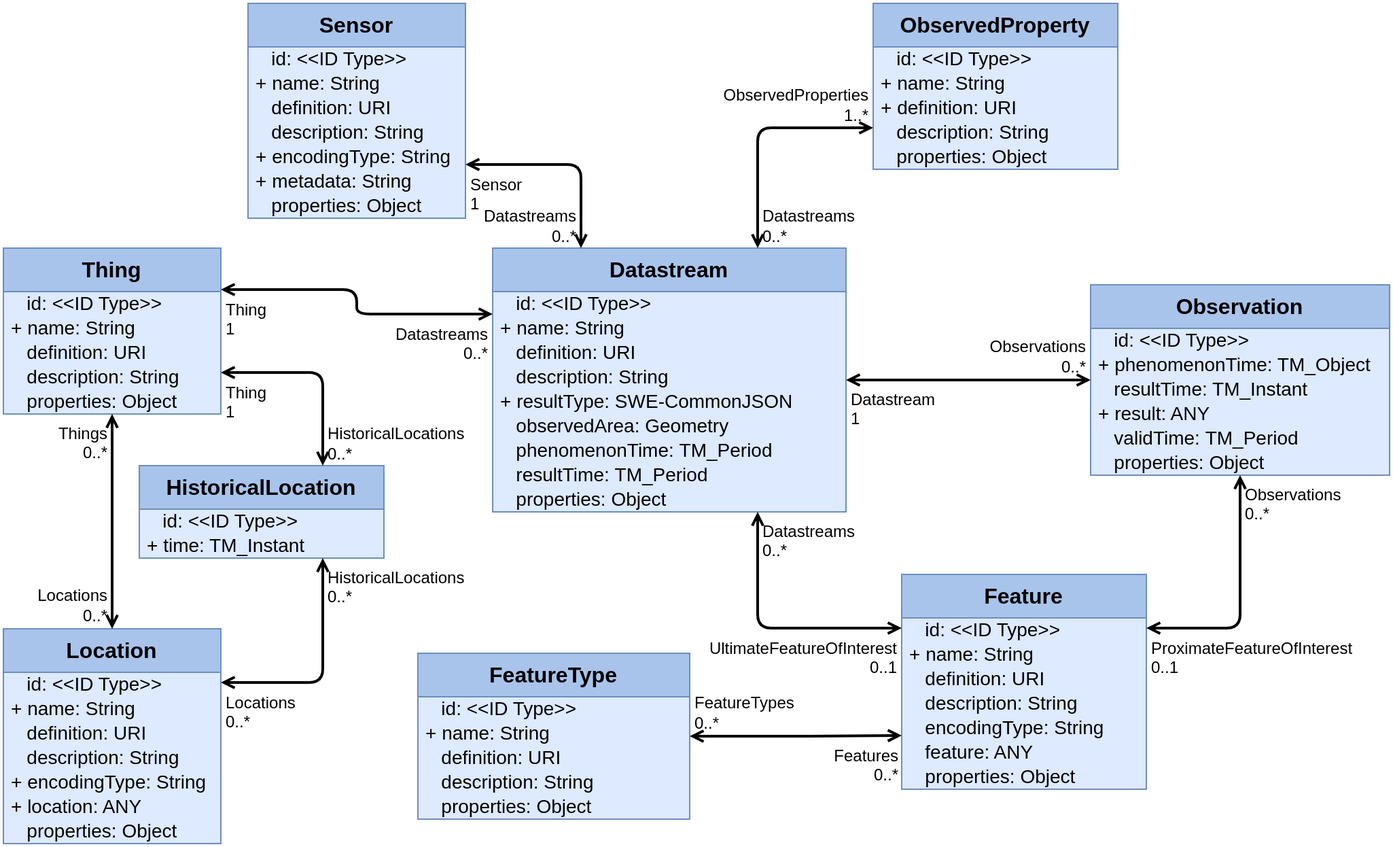
Earlier version of the draw.io export figures/Datamodel-SensorThingsApi-V2-proposal-1-Core.drawio.png (opengeospatial/sensorthings). Source tidied: cells renumbered, new cells last; positions are measured from the earlier drawing's top-left corner, leaving out a move shared by most shapes.
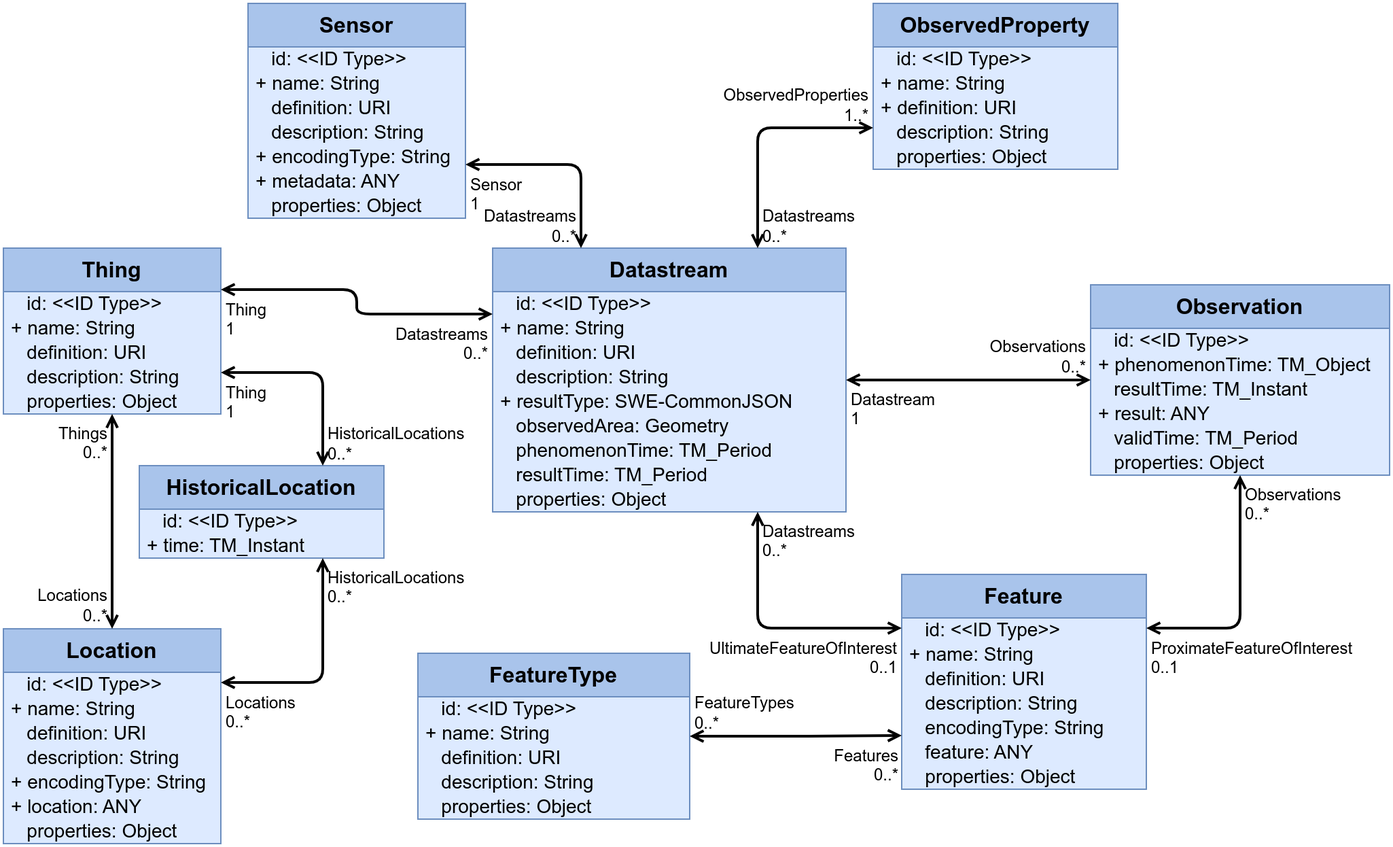
The same file after the commit.

Commit message:
Fixed metadata type to be ANY

Change to the diagram source:
```diff
@@ -218,7 +218,7 @@
     <mxCell id="73" value="+ encodingType: String" style="text;strokeColor=none;fillColor=none;align=left;verticalAlign=middle;spacingLeft=4;spacingRight=4;overflow=visible;html=1;fontSize=14;" parent="68" vertex="1">
       <mxGeometry y="104" width="160" height="18" as="geometry" />
     </mxCell>
-    <mxCell id="74" value="+ metadata: String" style="text;strokeColor=none;fillColor=none;align=left;verticalAlign=middle;spacingLeft=4;spacingRight=4;overflow=visible;html=1;fontSize=14;" parent="68" vertex="1">
+    <mxCell id="74" value="+ metadata: ANY" style="text;strokeColor=none;fillColor=none;align=left;verticalAlign=middle;spacingLeft=4;spacingRight=4;overflow=visible;html=1;fontSize=14;" parent="68" vertex="1">
       <mxGeometry y="122" width="160" height="18" as="geometry" />
     </mxCell>
     <mxCell id="75" value="&amp;nbsp;&amp;nbsp;&amp;nbsp;properties: Object" style="text;strokeColor=none;fillColor=none;align=left;verticalAlign=middle;spacingLeft=4;spacingRight=4;overflow=visible;html=1;fontSize=14;" parent="68" vertex="1">
```
